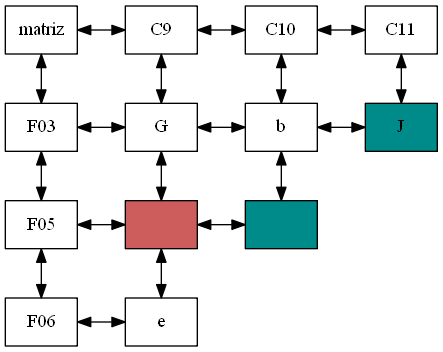
The Graphviz diagram Reportes/Matriz.png in hr9457/EDD_1S2020_PY1_201314296, before a commit. Its source is kept beside it as ArchivosDot/Matriz.dot.
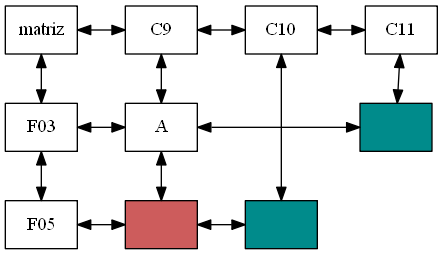
Above is the later version.

The edit, as a diff of the source:
```diff
@@ -11,24 +11,20 @@
 
 F03[group = columna];
 F05[group = columna];
-F06[group = columna];
-F03->F05->F06[dir=both];
+F03->F05[dir=both];
 matriz->F03[dir=both];
 
-F03->nodo93G->nodo103b[dir=both];
-{rank = same; F03;nodo93G;nodo103b;}
+F03->nodo93A->nodo1130[dir=both];
+{rank = same; F03;nodo93A;nodo1130;}
 F05->nodo950->nodo1050[dir=both];
 {rank = same; F05;nodo950;nodo1050;}
-F06->nodo96e[dir=both];
-{rank = same; F06;nodo96e;}
 
-nodo93G[group =0,label="G"];
+nodo93A[group =0,label="A"];
 nodo950[group =0,label="",style=filled,fillcolor="Indianred"];
-nodo96e[group =0,label="e"];
-C90->nodo93G->nodo950->nodo96e[dir=both];
-nodo103b[group =1,label="b"];
+C90->nodo93A->nodo950[dir=both];
 nodo1050[group =1,label="",style=filled,fillcolor="cyan4"];
-C100->nodo103b->nodo1050[dir=both];
-C110->[dir=both];
+C100->nodo1050[dir=both];
+nodo1130[group =2,label="",style=filled,fillcolor="cyan4"];
+C110->nodo1130[dir=both];
 
 }
```
